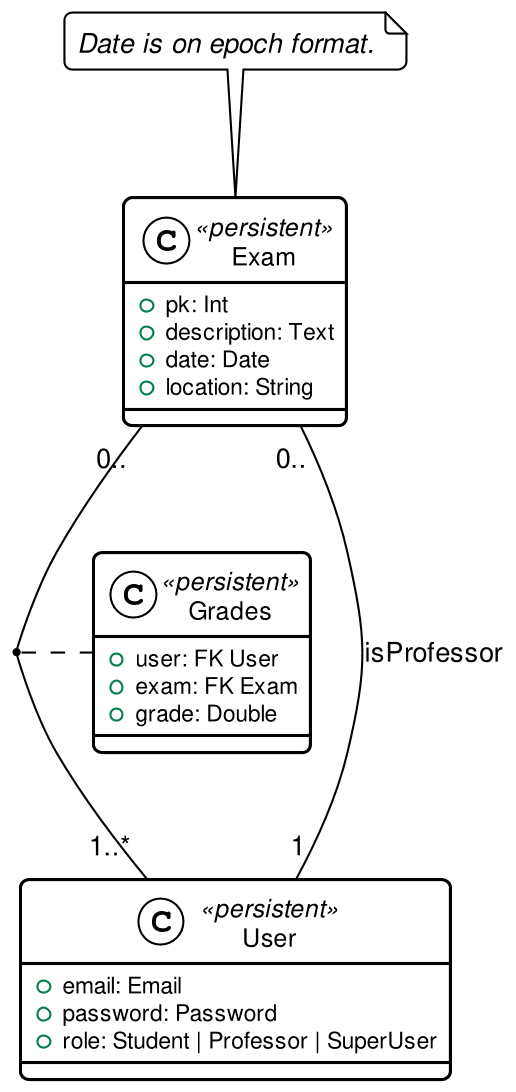
Above: docs/img/message_passing.png in quimpm/ws-distcomp (PlantUML), before the change. Source of this version:
```plantuml
@startuml
!define BASEPATH .
!include BASEPATH/global/stylesheet.puml

class User <<persistent>> {
    + email: Email
    + password: Password
    + role: Student | Professor | SuperUser
}

note top of Exam : Date is on epoch format.
class Exam <<persistent>> {
    + pk: Int
    + description: Text
    + date: Date
    + location: String
}

class Grades <<persistent>> {
    + user: FK User
    + exam: FK Exam
    + grade: Double
}

Exam "0.." -- "1" User : isProfessor

Exam "0.." -- "1..*" User
(Exam, User) . Grades
@enduml
```
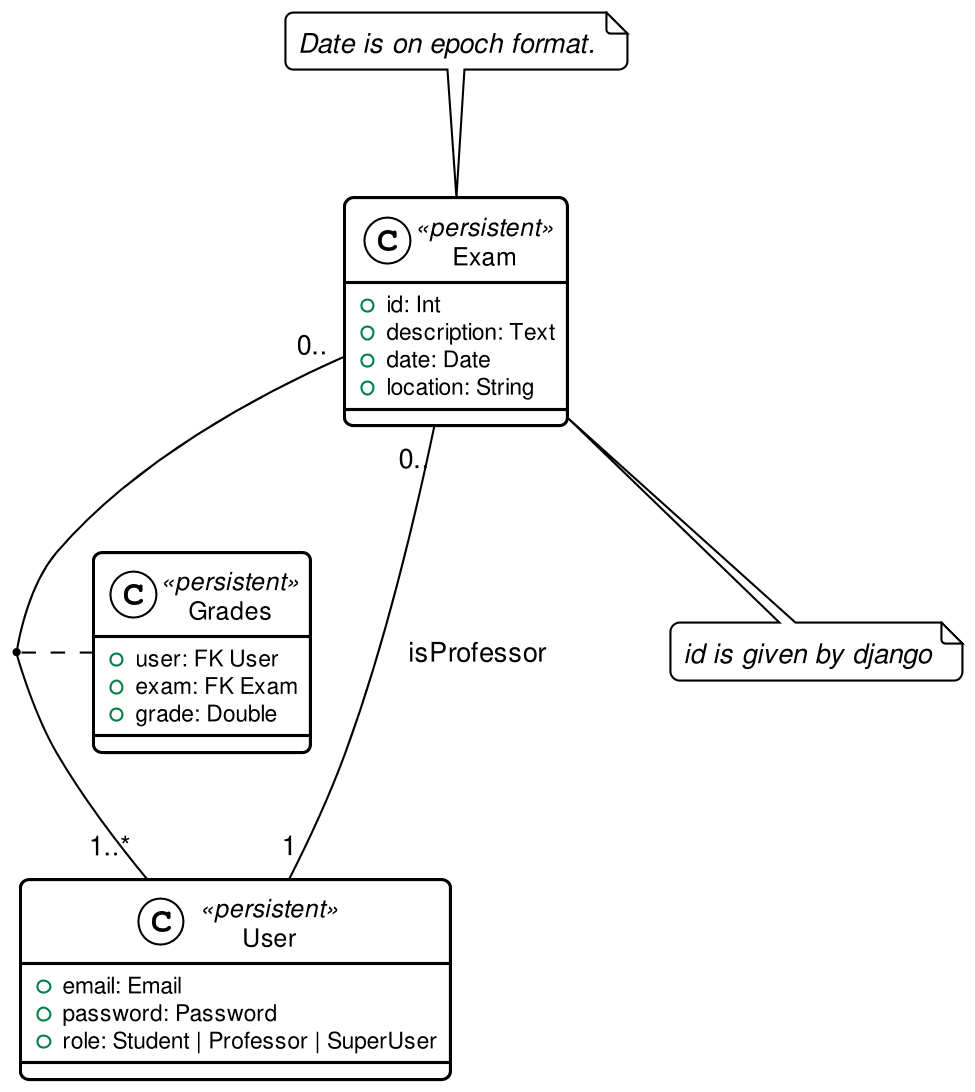
Above is the later version.

The edit, as a diff of the source:
```diff
@@ -9,8 +9,9 @@
 }
 
 note top of Exam : Date is on epoch format.
+note bottom of Exam : id is given by django
 class Exam <<persistent>> {
-    + pk: Int
+    + id: Int
     + description: Text
     + date: Date
     + location: String
```
